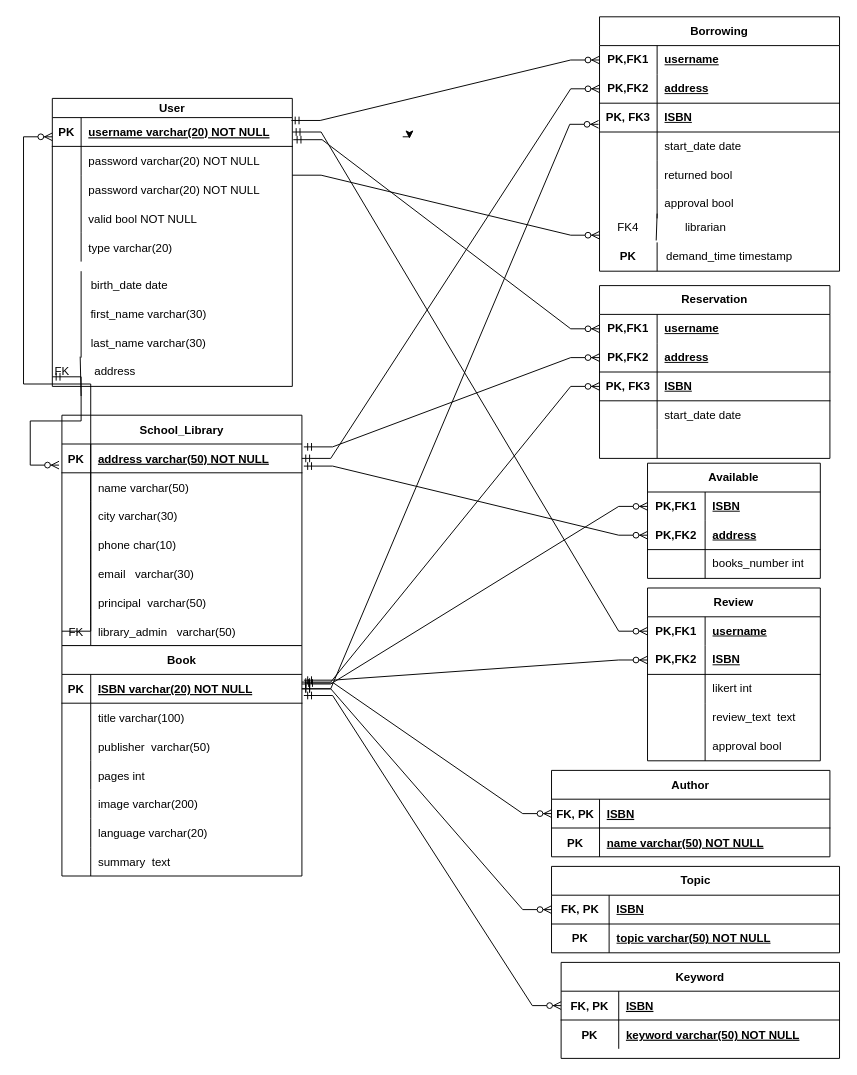
Above: Relational Schema.drawio in ntua-el20069/school-library-app (draw.io), before the change. Source tidied: cells renumbered, new cells numbered last; positions are measured from the earlier drawing's top-left corner, leaving out a move shared by most shapes. Both pictures are drawn from the tidied source at 96%, with x=0, y=0 at pixel (42, 16).
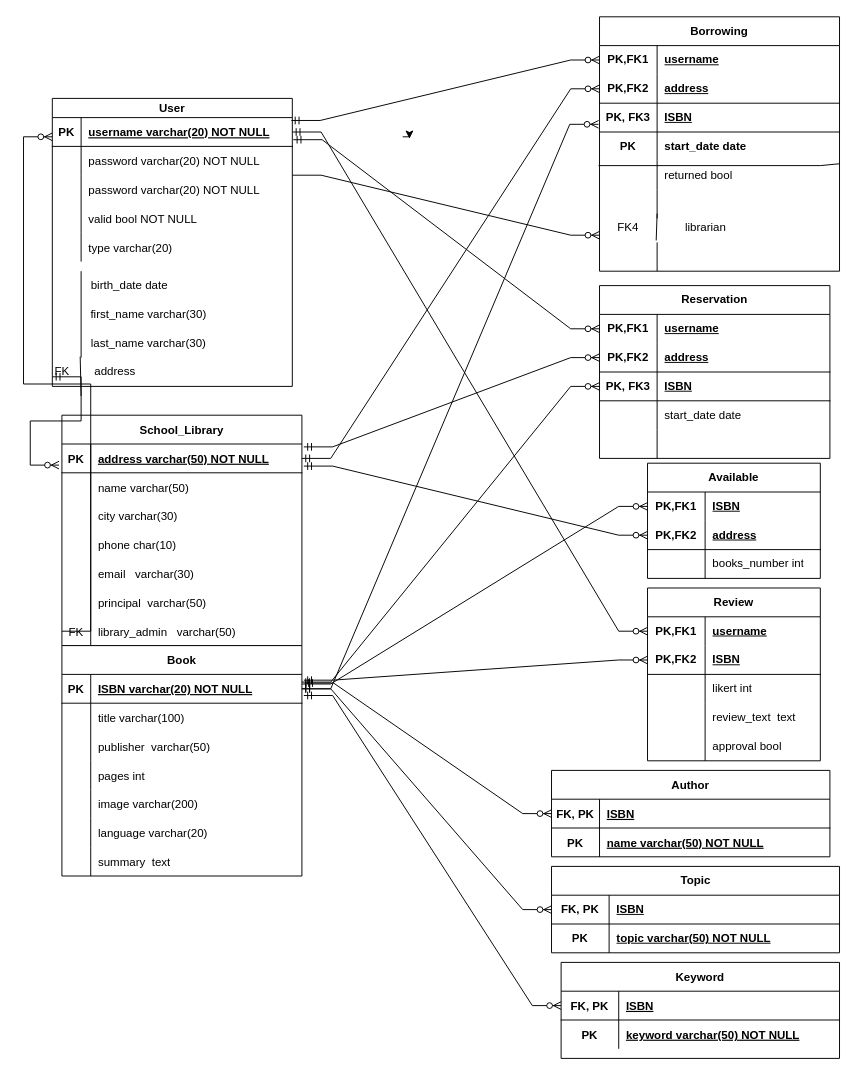
Above is the later version.

Commit message:
Relational Schema - borrowing is approved always.drawio

Unchanged cells that the change refers to:
```xml
<mxCell id="86" value="Borrowing" style="shape=table;startSize=30;childLayout=tableLayout;rowLines=0;fontStyle=1;align=center;html=1;whiteSpace=wrap;swimlaneLine=1;" parent="1" vertex="1">
  <mxGeometry x="580" width="250" height="265" as="geometry" />
</mxCell>
<mxCell id="96" style="shape=tableRow;horizontal=0;startSize=0;swimlaneHead=0;swimlaneBody=0;fillColor=none;points=[[0,0.5],[1,0.5]];portConstraint=eastwest;top=0;left=0;right=0;bottom=0;html=1;" parent="86" vertex="1">
  <mxGeometry y="120" width="250" height="30" as="geometry" />
</mxCell>
<mxCell id="99" style="shape=tableRow;horizontal=0;startSize=0;swimlaneHead=0;swimlaneBody=0;fillColor=none;points=[[0,0.5],[1,0.5]];portConstraint=eastwest;top=0;left=0;right=0;bottom=0;html=1;" parent="86" vertex="1">
  <mxGeometry y="150" width="250" height="30" as="geometry" />
</mxCell>
<mxCell id="102" style="shape=tableRow;horizontal=0;startSize=0;swimlaneHead=0;swimlaneBody=0;fillColor=none;top=0;left=0;right=0;bottom=0;html=1;" parent="86" vertex="1">
  <mxGeometry y="180" width="250" height="30" as="geometry" />
</mxCell>
```

What changed in the source:
```diff
@@
-    <mxCell id="97" style="shape=partialRectangle;fillColor=none;top=0;left=0;bottom=0;right=0;overflow=hidden;html=1;whiteSpace=wrap;" parent="96" vertex="1">
+    <mxCell id="97" value="&lt;b&gt;PK&lt;/b&gt;" style="shape=partialRectangle;fillColor=none;top=0;left=0;bottom=0;right=0;overflow=hidden;html=1;whiteSpace=wrap;" parent="96" vertex="1">
       <mxGeometry width="60" height="30" as="geometry" />
     </mxCell>
-    <mxCell id="98" value="start_date date" style="shape=partialRectangle;fillColor=none;top=0;left=0;bottom=0;right=0;align=left;spacingLeft=6;overflow=hidden;html=1;whiteSpace=wrap;" parent="96" vertex="1">
+    <mxCell id="98" value="&lt;b&gt;start_date date&lt;/b&gt;" style="shape=partialRectangle;fillColor=none;top=0;left=0;bottom=0;right=0;align=left;spacingLeft=6;overflow=hidden;html=1;whiteSpace=wrap;" parent="96" vertex="1">
       <mxGeometry x="60" width="190" height="30" as="geometry" />
     </mxCell>
@@
-    <mxCell id="104" value="approval bool" style="shape=partialRectangle;fillColor=none;top=0;left=0;bottom=0;right=0;align=left;spacingLeft=6;overflow=hidden;html=1;whiteSpace=wrap;" parent="102" vertex="1">
+    <mxCell id="104" style="shape=partialRectangle;fillColor=none;top=0;left=0;bottom=0;right=0;align=left;spacingLeft=6;overflow=hidden;html=1;whiteSpace=wrap;" parent="102" vertex="1">
       <mxGeometry x="60" width="190" height="30" as="geometry" />
     </mxCell>
+    <mxCell id="175" style="endArrow=none;html=1;rounded=0;exitX=-0.004;exitY=1.167;exitDx=0;exitDy=0;exitPerimeter=0;" parent="86" edge="1" source="96" target="99">
+      <mxGeometry relative="1" as="geometry">
+        <Array as="points">
+          <mxPoint x="230" y="155" />
+        </Array>
+      </mxGeometry>
+    </mxCell>
@@
-    <mxCell id="172" value="demand_time timestamp" style="text;html=1;align=center;verticalAlign=middle;strokeColor=none;fillColor=none;" parent="1" vertex="1">
-      <mxGeometry x="640" y="235" width="150" height="30" as="geometry" />
-    </mxCell>
-    <mxCell id="173" value="&lt;b&gt;PK&lt;/b&gt;" style="text;html=1;strokeColor=none;fillColor=none;align=center;verticalAlign=middle;whiteSpace=wrap;rounded=0;" parent="1" vertex="1">
-      <mxGeometry x="580" y="235" width="60" height="30" as="geometry" />
-    </mxCell>
-    <mxCell id="174" style="endArrow=none;html=1;rounded=0;entryX=1;entryY=0;entryDx=0;entryDy=0;exitX=1;exitY=1;exitDx=0;exitDy=0;" parent="1" edge="1" source="173" target="173">
-      <mxGeometry relative="1" as="geometry" />
+    <mxCell id="174" style="endArrow=none;html=1;rounded=0;entryX=1;entryY=0;entryDx=0;entryDy=0;exitX=1;exitY=1;exitDx=0;exitDy=0;" parent="1" edge="1">
+      <mxGeometry relative="1" as="geometry">
+        <mxPoint x="640" y="265" as="sourcePoint" />
+        <mxPoint x="640" y="235" as="targetPoint" />
+      </mxGeometry>
     </mxCell>
```
